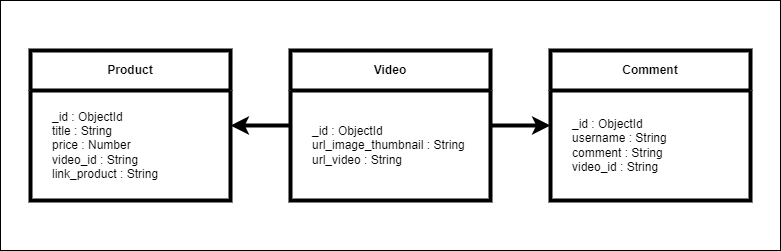
Before: database_structure.png, a diagram exported from draw.io (NisaCipta/final-project-backend). Source tidied: cells renumbered, new cells last; positions are measured from the earlier drawing's top-left corner, leaving out a move shared by most shapes. Its diagram source:
```xml
<mxGraphModel>
  <root>
    <mxCell id="0" />
    <mxCell id="1" parent="0" />
    <mxCell id="2" style="rounded=0;whiteSpace=wrap;html=1;" parent="1" vertex="1">
      <mxGeometry width="780" height="250" as="geometry" />
    </mxCell>
    <mxCell id="3" value="Product" style="swimlane;whiteSpace=wrap;html=1;startSize=40;strokeWidth=4;" parent="1" vertex="1">
      <mxGeometry x="30" y="50" width="200" height="150" as="geometry" />
    </mxCell>
    <mxCell id="4" value="_id : ObjectId&lt;br&gt;title : String&lt;br&gt;price : Number&lt;br&gt;video_id : String&lt;br&gt;&lt;div style=&quot;&quot;&gt;&lt;span style=&quot;background-color: initial;&quot;&gt;link_product : String&lt;/span&gt;&lt;/div&gt;" style="text;html=1;align=left;verticalAlign=middle;strokeColor=none;fillColor=none;" parent="3" vertex="1">
      <mxGeometry x="20" y="50" width="130" height="90" as="geometry" />
    </mxCell>
    <mxCell id="5" style="edgeStyle=orthogonalEdgeStyle;rounded=0;jettySize=auto;html=1;entryX=0;entryY=0.5;entryDx=0;entryDy=0;strokeWidth=4;" parent="1" edge="1" source="7" target="9">
      <mxGeometry relative="1" as="geometry" />
    </mxCell>
    <mxCell id="6" style="edgeStyle=orthogonalEdgeStyle;rounded=0;jettySize=auto;html=1;entryX=1;entryY=0.5;entryDx=0;entryDy=0;strokeWidth=4;" parent="1" edge="1" source="7" target="3">
      <mxGeometry relative="1" as="geometry" />
    </mxCell>
    <mxCell id="7" value="Video" style="swimlane;whiteSpace=wrap;html=1;startSize=40;strokeWidth=4;" parent="1" vertex="1">
      <mxGeometry x="290" y="50" width="200" height="150" as="geometry" />
    </mxCell>
    <mxCell id="8" value="_id : ObjectId&lt;br&gt;url_image_thumbnail : String&lt;br&gt;url_video : String" style="text;html=1;align=left;verticalAlign=middle;strokeColor=none;fillColor=none;" parent="7" vertex="1">
      <mxGeometry x="20" y="65" width="180" height="60" as="geometry" />
    </mxCell>
    <mxCell id="9" value="Comment" style="swimlane;whiteSpace=wrap;html=1;startSize=40;strokeWidth=4;" parent="1" vertex="1">
      <mxGeometry x="550" y="50" width="200" height="150" as="geometry" />
    </mxCell>
    <mxCell id="10" value="_id : ObjectId&lt;br&gt;username : String&lt;br&gt;comment : String&lt;br&gt;&lt;div style=&quot;&quot;&gt;&lt;span style=&quot;background-color: initial;&quot;&gt;video_id : String&lt;/span&gt;&lt;/div&gt;" style="text;html=1;align=left;verticalAlign=middle;strokeColor=none;fillColor=none;" parent="9" vertex="1">
      <mxGeometry x="20" y="60" width="120" height="70" as="geometry" />
    </mxCell>
  </root>
</mxGraphModel>
```
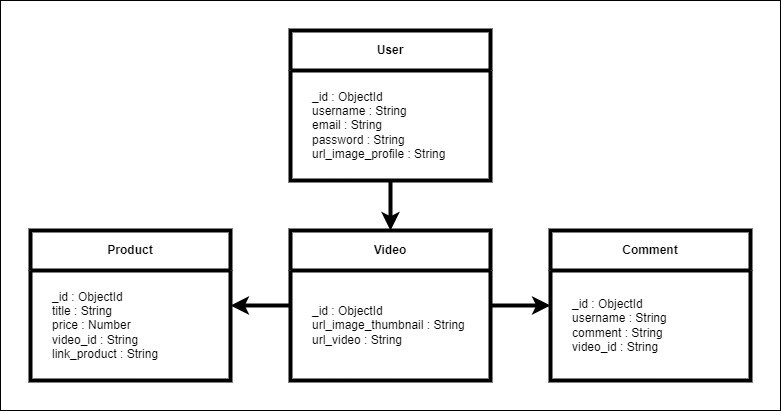
The same file after the commit.

Diff of the diagram source:
```diff
@@ -3,7 +3,7 @@
     <mxCell id="0" />
     <mxCell id="1" parent="0" />
     <mxCell id="2" style="rounded=0;whiteSpace=wrap;html=1;" parent="1" vertex="1">
-      <mxGeometry width="780" height="250" as="geometry" />
+      <mxGeometry y="-180" width="780" height="410" as="geometry" />
     </mxCell>
     <mxCell id="3" value="Product" style="swimlane;whiteSpace=wrap;html=1;startSize=40;strokeWidth=4;" parent="1" vertex="1">
       <mxGeometry x="30" y="50" width="200" height="150" as="geometry" />
@@ -29,5 +29,14 @@
     <mxCell id="10" value="_id : ObjectId&lt;br&gt;username : String&lt;br&gt;comment : String&lt;br&gt;&lt;div style=&quot;&quot;&gt;&lt;span style=&quot;background-color: initial;&quot;&gt;video_id : String&lt;/span&gt;&lt;/div&gt;" style="text;html=1;align=left;verticalAlign=middle;strokeColor=none;fillColor=none;" parent="9" vertex="1">
       <mxGeometry x="20" y="60" width="120" height="70" as="geometry" />
     </mxCell>
+    <mxCell id="11" style="edgeStyle=orthogonalEdgeStyle;rounded=0;jettySize=auto;html=1;entryX=0.5;entryY=0;entryDx=0;entryDy=0;strokeWidth=4;" parent="1" edge="1" source="12" target="7">
+      <mxGeometry relative="1" as="geometry" />
+    </mxCell>
+    <mxCell id="12" value="User" style="swimlane;whiteSpace=wrap;html=1;startSize=40;strokeWidth=4;" parent="1" vertex="1">
+      <mxGeometry x="290" y="-150" width="200" height="150" as="geometry" />
+    </mxCell>
+    <mxCell id="13" value="_id : ObjectId&lt;br&gt;username : String&lt;br&gt;email : String&lt;br&gt;password : String&lt;br&gt;&lt;div style=&quot;&quot;&gt;&lt;span style=&quot;background-color: initial;&quot;&gt;url_image_profile : String&lt;/span&gt;&lt;/div&gt;" style="text;html=1;align=left;verticalAlign=middle;strokeColor=none;fillColor=none;" parent="12" vertex="1">
+      <mxGeometry x="20" y="50" width="160" height="90" as="geometry" />
+    </mxCell>
   </root>
 </mxGraphModel>
```
